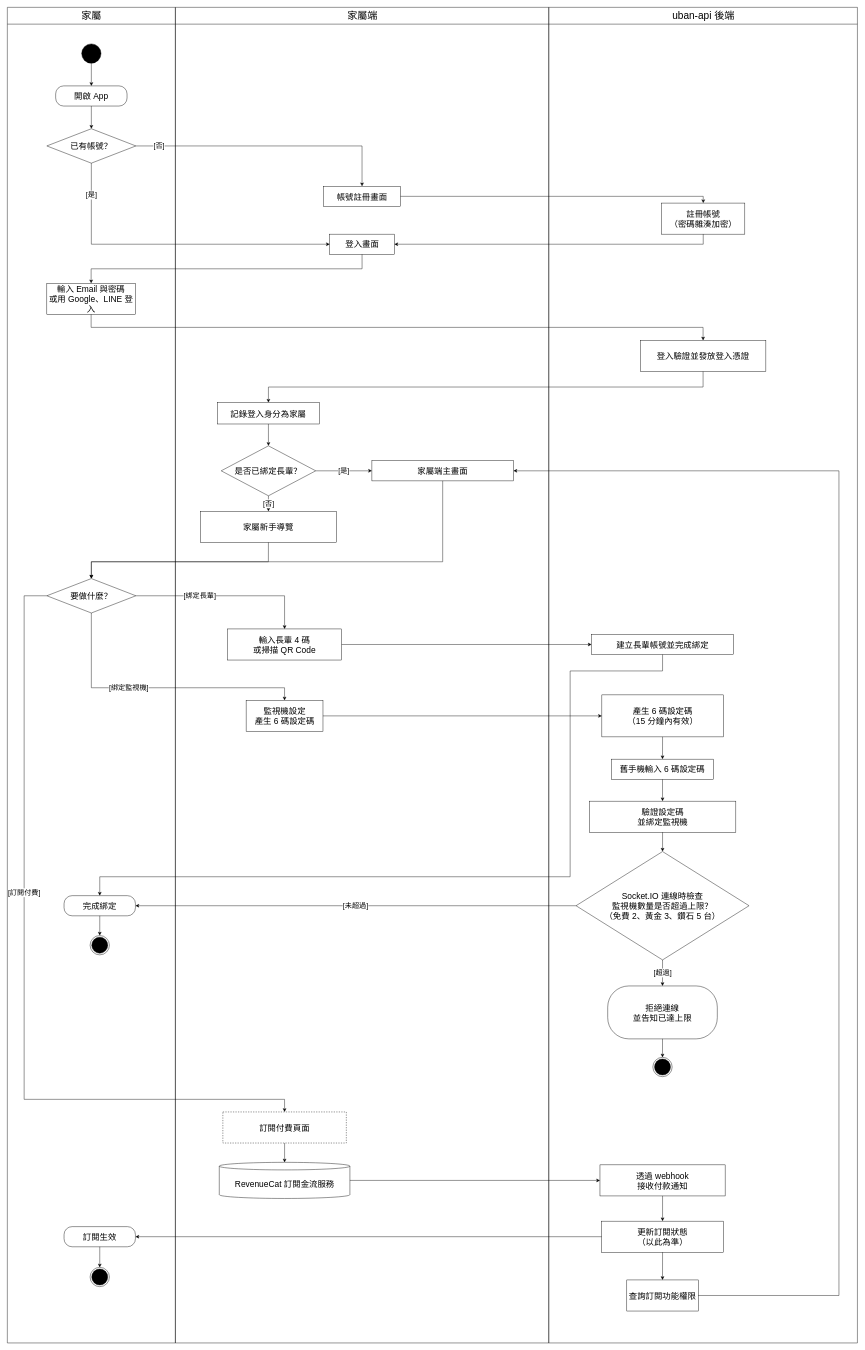
The draw.io diagram Uban System Documents/手動調整好的圖/5-13 帳號與設備管理.drawio in HuangYu-Kai/Uban, before the edit. Source tidied: cells renumbered, new cells numbered last; positions are measured from the earlier drawing's top-left corner, leaving out a move shared by most shapes. Both pictures are drawn from the tidied source at 42%, with x=0, y=0 at pixel (7, 7).
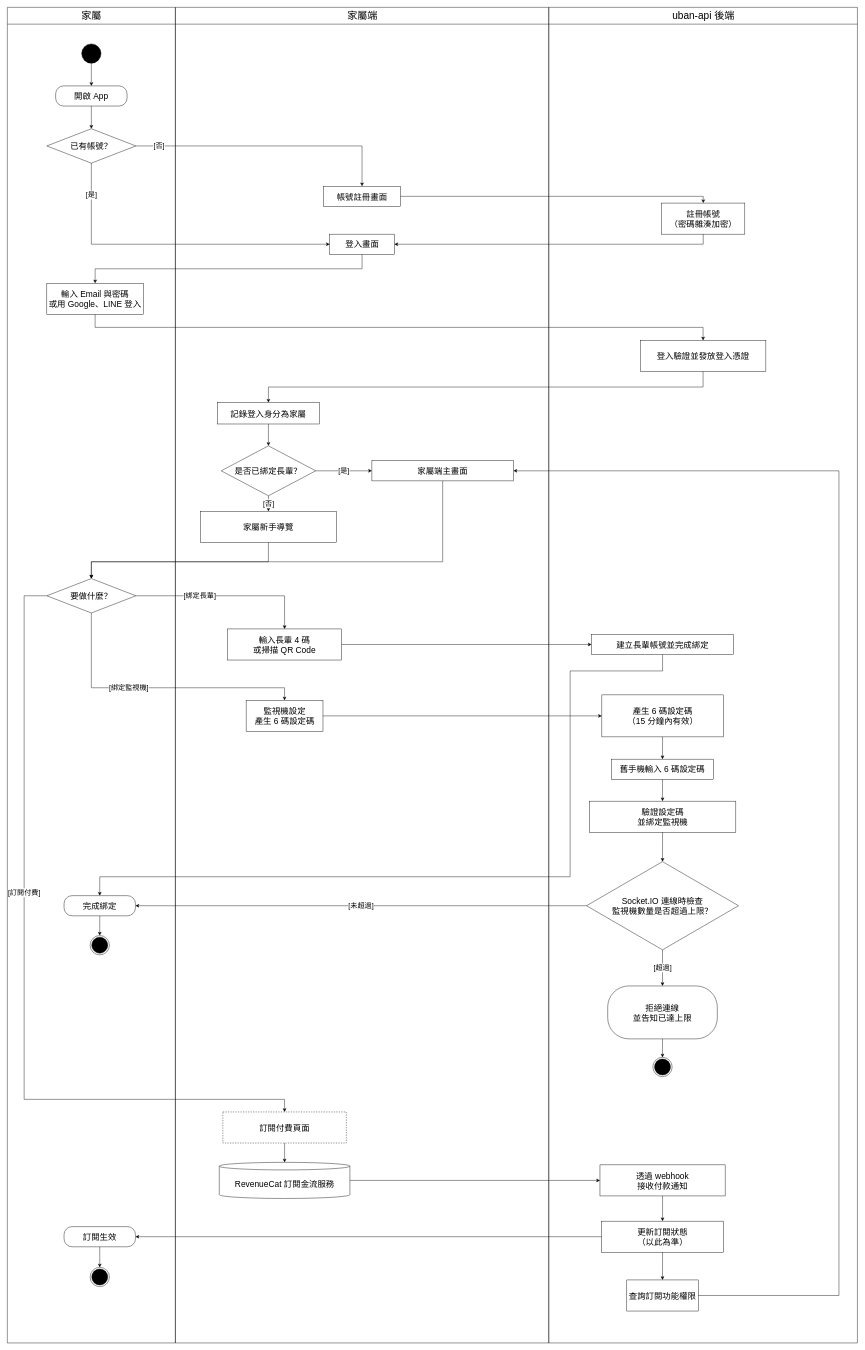
The same page after the edit.

Commit message:
好吧還是要手動調一點

Unchanged cells that the change refers to:
```xml
<mxCell id="2" value="家屬" style="swimlane;html=1;horizontal=1;startSize=40;fillColor=none;strokeColor=#000000;fontSize=24;fontColor=#000000;fontStyle=0;swimlaneFillColor=none;" parent="1" vertex="1">
  <mxGeometry width="400.1" height="3180" as="geometry" />
</mxCell>
<mxCell id="23" value="uban-api 後端" style="swimlane;html=1;horizontal=1;startSize=40;fillColor=none;strokeColor=#000000;fontSize=24;fontColor=#000000;fontStyle=0;swimlaneFillColor=none;" parent="1" vertex="1">
  <mxGeometry x="1289" width="735" height="3180" as="geometry" />
</mxCell>
```

Change to the diagram source:
```diff
@@
     <mxCell id="6" value="輸入 Email 與密碼&lt;br&gt;或用 Google、LINE 登入" style="rounded=0;whiteSpace=wrap;html=1;fillColor=#FFFFFF;strokeColor=#000000;fontSize=20;fontColor=#000000;" parent="2" vertex="1">
-      <mxGeometry x="94" y="657" width="211" height="74" as="geometry" />
+      <mxGeometry x="94" y="657" width="230" height="74" as="geometry" />
     </mxCell>
@@
-    <mxCell id="29" value="Socket.IO 連線時檢查&lt;br&gt;監視機數量是否超過上限？&lt;br&gt;（免費 2、黃金 3、鑽石 5 台）" style="rhombus;whiteSpace=wrap;html=1;fillColor=#FFFFFF;strokeColor=#000000;fontSize=20;fontColor=#000000;" parent="23" vertex="1">
-      <mxGeometry x="65" y="2010" width="412" height="258" as="geometry" />
+    <mxCell id="29" value="Socket.IO 連線時檢查&lt;br&gt;監視機數量是否超過上限？" style="rhombus;whiteSpace=wrap;html=1;fillColor=#FFFFFF;strokeColor=#000000;fontSize=20;fontColor=#000000;" parent="23" vertex="1">
+      <mxGeometry x="90" y="2034" width="361.9" height="210" as="geometry" />
     </mxCell>
```
